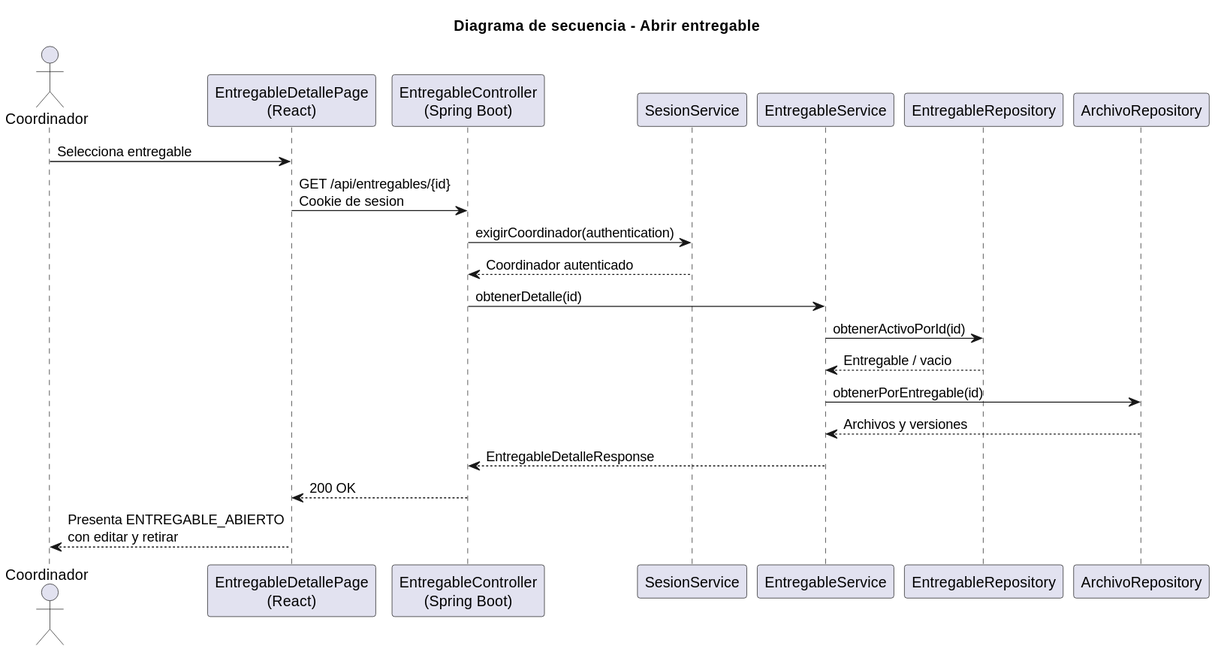
The PlantUML diagram images/RUP/02-diseño/casos-uso/coordinador/abrirEntregable/secuencia.svg in beatriizorozco/25-26-idsw2-sdVC, before a commit.
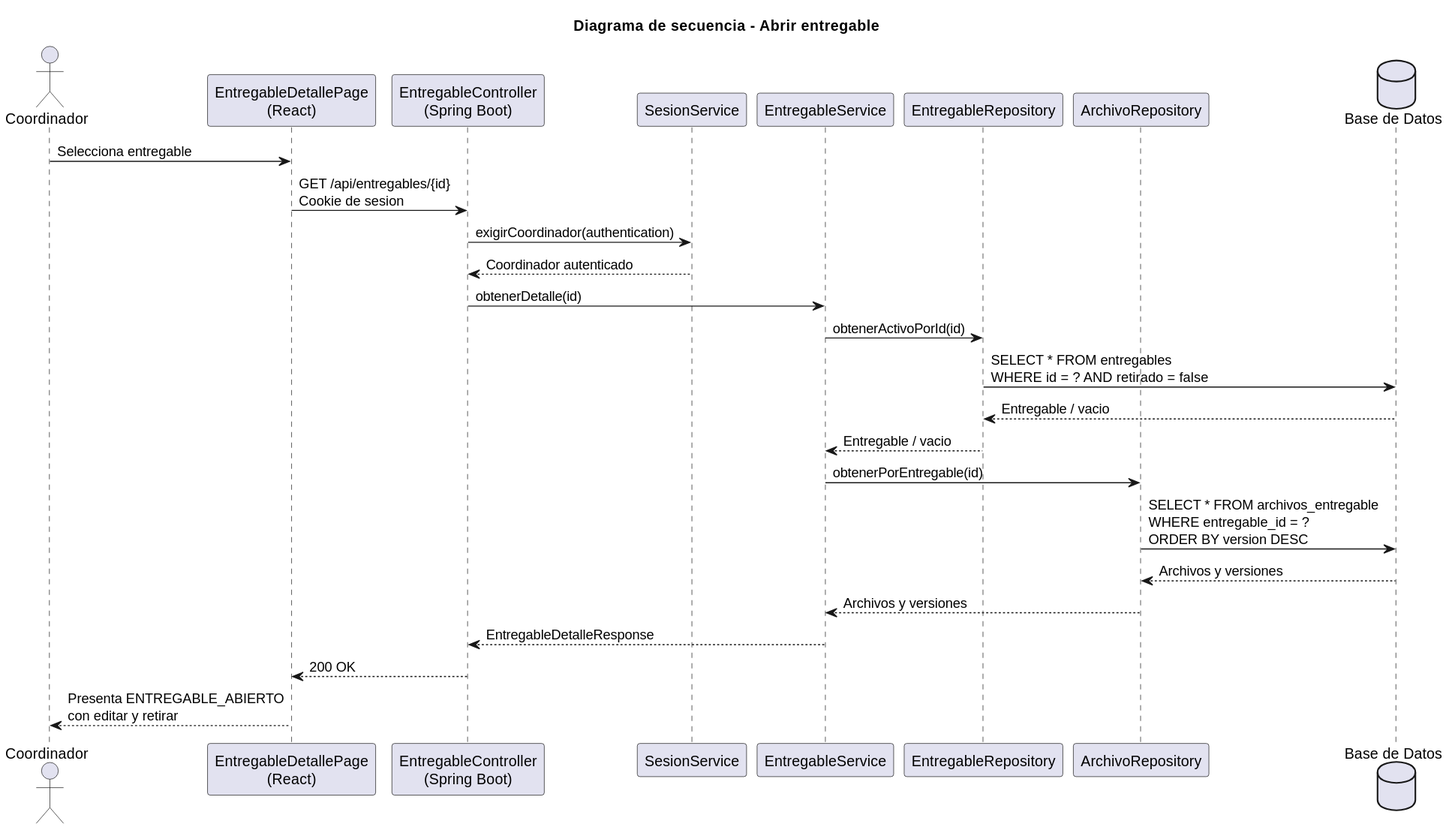
After the commit.

What changed in the source:
```diff
@@ -7,6 +7,7 @@
 participant "EntregableService" as Service
 participant "EntregableRepository" as Repo
 participant "ArchivoRepository" as ArchivoRepo
+database "Base de Datos" as DB
 
 Coordinador -> Frontend: Selecciona entregable
 Frontend -> Api: GET /api/entregables/{id}\nCookie de sesion
@@ -14,8 +15,12 @@
 Sesion --> Api: Coordinador autenticado
 Api -> Service: obtenerDetalle(id)
 Service -> Repo: obtenerActivoPorId(id)
+Repo -> DB: SELECT * FROM entregables\nWHERE id = ? AND retirado = false
+DB --> Repo: Entregable / vacio
 Repo --> Service: Entregable / vacio
 Service -> ArchivoRepo: obtenerPorEntregable(id)
+ArchivoRepo -> DB: SELECT * FROM archivos_entregable\nWHERE entregable_id = ?\nORDER BY version DESC
+DB --> ArchivoRepo: Archivos y versiones
 ArchivoRepo --> Service: Archivos y versiones
 Service --> Api: EntregableDetalleResponse
 Api --> Frontend: 200 OK
```
